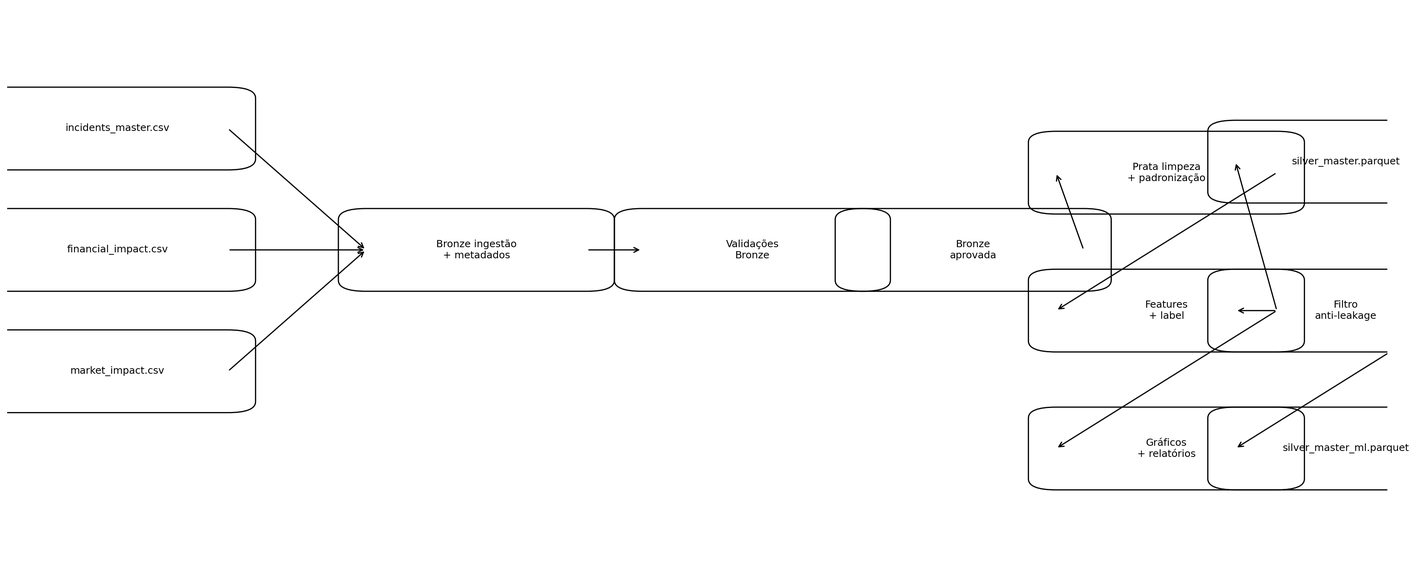
Earlier version of the Mermaid export docs/data_lineage.png (Yuri-Antonio-Santos-Fernandes/projeto_cyberseguranca). Its source is kept beside it as docs/data_lineage.mmd. The source it was exported from:
```mermaid
flowchart LR
    A[incidents_master.csv] --> D[Bronze ingestão + metadados]
    B[financial_impact.csv] --> D
    C[market_impact.csv] --> D
    D --> E[Validações de qualidade Bronze]
    E --> F[Bronze aprovada]
    F --> G[Prata limpeza e padronização]
    G --> H[Features e label]
    H --> I[silver_master.parquet]
    H --> J[Filtro anti-leakage]
    J --> K[silver_master_ml.parquet]
    H --> L[Gráficos e relatórios]
```
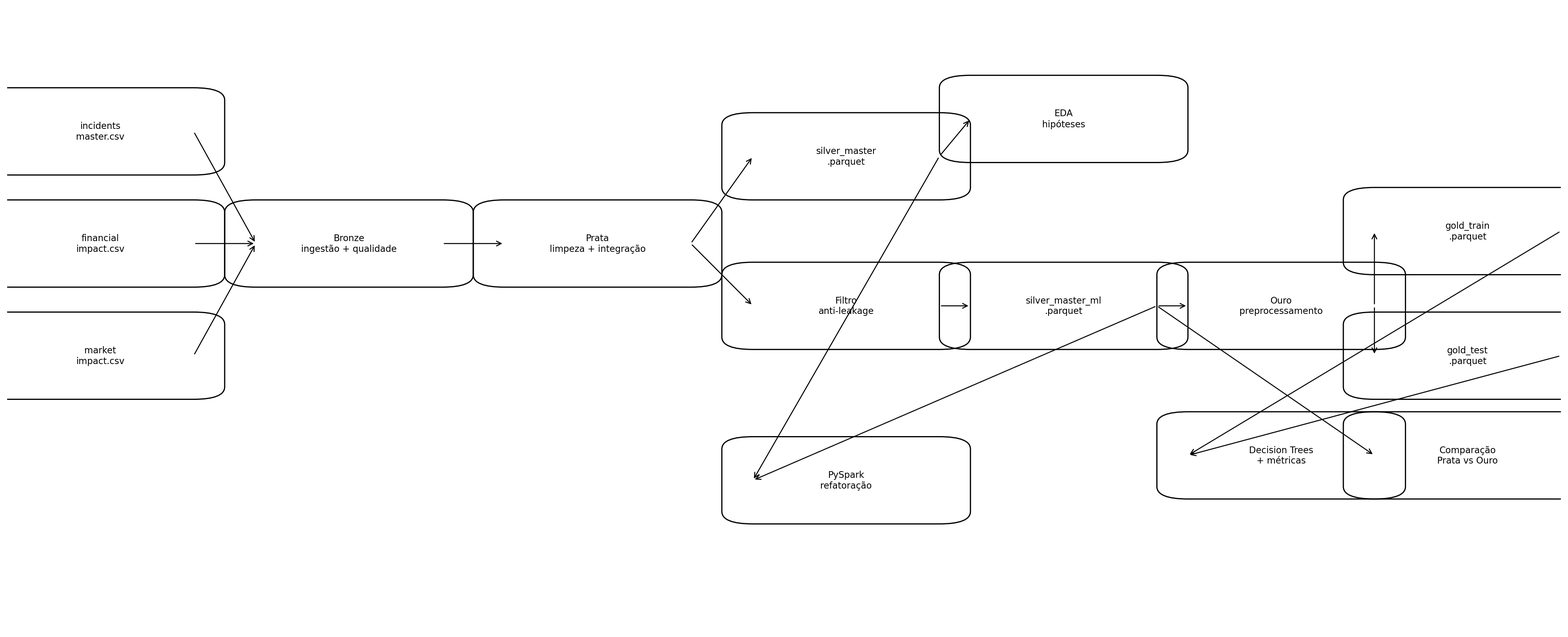
Later version of the same file.

Diff of the diagram source:
```diff
@@ -1,12 +1,18 @@
 flowchart LR
-    A[incidents_master.csv] --> D[Bronze ingestão + metadados]
+    A[incidents_master.csv] --> D[Bronze: ingestão + qualidade]
     B[financial_impact.csv] --> D
     C[market_impact.csv] --> D
-    D --> E[Validações de qualidade Bronze]
-    E --> F[Bronze aprovada]
-    F --> G[Prata limpeza e padronização]
-    G --> H[Features e label]
-    H --> I[silver_master.parquet]
-    H --> J[Filtro anti-leakage]
-    J --> K[silver_master_ml.parquet]
-    H --> L[Gráficos e relatórios]
+    D --> E[Prata: limpeza + integração]
+    E --> F[silver_master.parquet]
+    E --> G[Filtro anti-leakage]
+    G --> H[silver_master_ml.parquet]
+    F --> I[EDA orientada a hipóteses]
+    H --> J[Ouro: split + outliers + imputação + encoding + scaling]
+    J --> K[gold_train.parquet]
+    J --> L[gold_test.parquet]
+    K --> M[Decision Trees + métricas]
+    L --> M
+    H --> N[Comparação Prata vs Ouro]
+    M --> N
+    F --> O[Refatoração PySpark]
+    H --> O
```
